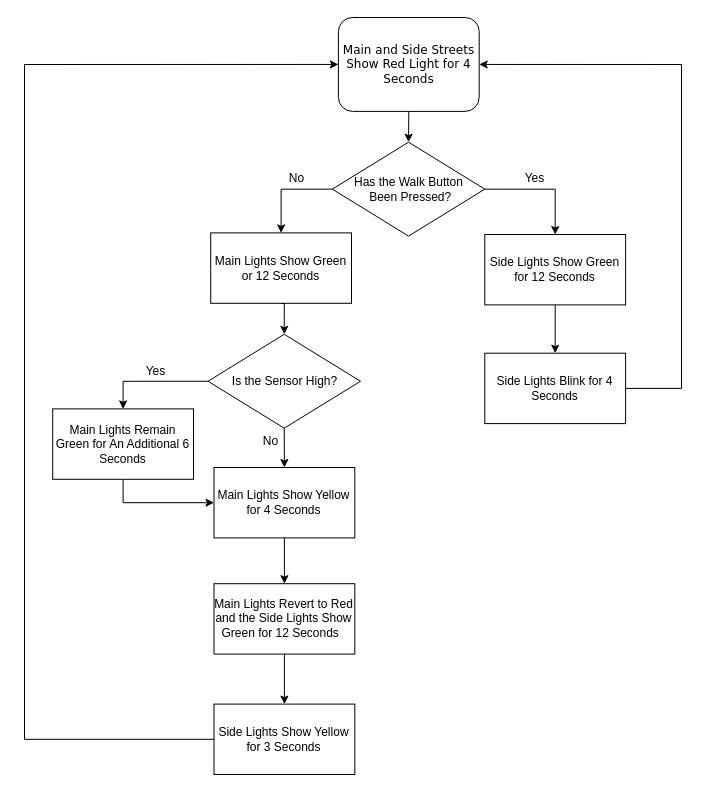
Before: Lab_3_bs3528_nsa325/ADL_Lab_Lab3_Task2_Block_Nishant_Barkin.drawio in A5-015/vhdl-craziness, a draw.io diagram. Source tidied: cells renumbered, new cells numbered last; positions are measured from the earlier drawing's top-left corner, leaving out a move shared by most shapes. Both pictures are drawn from the tidied source at 100%, with x=0, y=0 at pixel (24, 17).
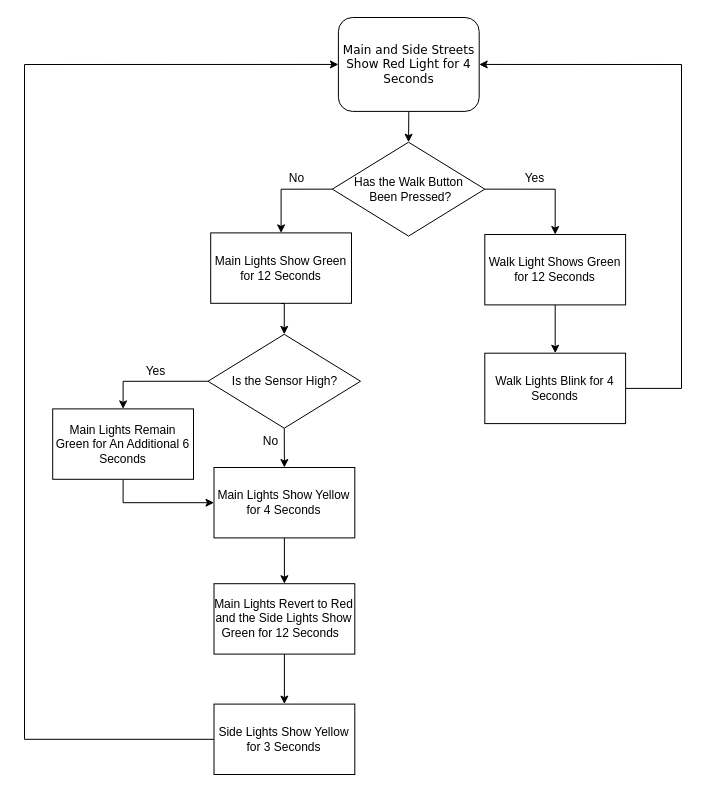
After the change.

Commit message:
Made to change to walk light

Diff of the diagram source:
```diff
@@
-    <mxCell id="3" value="Main Lights Show Green or 12 Seconds" style="rounded=0;whiteSpace=wrap;html=1;" parent="1" vertex="1">
+    <mxCell id="3" value="Main Lights Show Green for 12 Seconds" style="rounded=0;whiteSpace=wrap;html=1;" parent="1" vertex="1">
       <mxGeometry x="186.2" y="215.4" width="140.8" height="70.4" as="geometry" />
     </mxCell>
@@
-    <mxCell id="15" value="Side Lights Show Green for 12 Seconds" style="rounded=0;whiteSpace=wrap;html=1;" parent="1" vertex="1">
+    <mxCell id="15" value="Walk Light Shows Green for 12 Seconds" style="rounded=0;whiteSpace=wrap;html=1;" parent="1" vertex="1">
       <mxGeometry x="460.3" y="217" width="140.8" height="70.4" as="geometry" />
     </mxCell>
@@
-    <mxCell id="18" value="Side Lights Blink for 4 Seconds" style="rounded=0;whiteSpace=wrap;html=1;" parent="1" vertex="1">
+    <mxCell id="18" value="Walk Lights Blink for 4 Seconds" style="rounded=0;whiteSpace=wrap;html=1;" parent="1" vertex="1">
       <mxGeometry x="460.3" y="335.7" width="140.8" height="70.4" as="geometry" />
     </mxCell>
```
